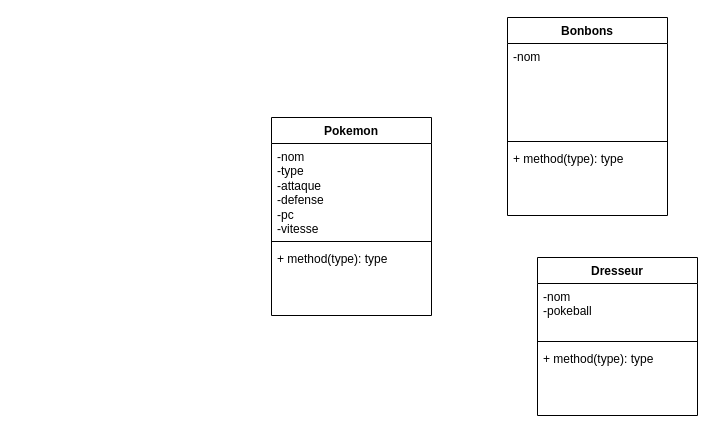
The draw.io diagram TP2_Pokemon.drawio in NicolasRbls/Diagramme, before the edit. Source tidied: cells renumbered, new cells numbered last; positions are measured from the earlier drawing's top-left corner, leaving out a move shared by most shapes. Both pictures are drawn from the tidied source at 100%, with x=0, y=0 at pixel (271, 17).
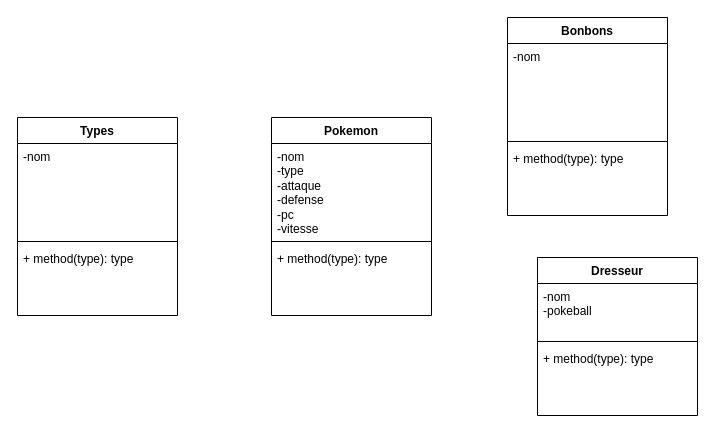
The same diagram, later.

Commit message (it also covers changes not shown here):
Mettre à jour TP2_Pokemon.drawio

What changed in the source:
```diff
@@
 <mxGraphModel>
   <root>
     <mxCell id="0" />
     <mxCell id="1" parent="0" />
     <mxCell id="2" value="Pokemon" style="swimlane;fontStyle=1;align=center;verticalAlign=top;horizontal=1;startSize=26;whiteSpace=wrap;html=1;" parent="1" vertex="1">
       <mxGeometry y="100" width="160" height="198" as="geometry" />
     </mxCell>
     <mxCell id="3" value="-nom&lt;br&gt;-type&lt;br&gt;-attaque&lt;br&gt;-defense&lt;br&gt;-pc&lt;br&gt;-vitesse" style="text;strokeColor=none;fillColor=none;align=left;verticalAlign=top;spacingLeft=4;spacingRight=4;overflow=hidden;whiteSpace=wrap;html=1;" parent="2" vertex="1">
       <mxGeometry y="26" width="160" height="94" as="geometry" />
     </mxCell>
     <mxCell id="4" style="line;strokeWidth=1;fillColor=none;align=left;verticalAlign=middle;spacingTop=-1;spacingLeft=3;spacingRight=3;labelPosition=right;strokeColor=inherit;" parent="2" vertex="1">
       <mxGeometry y="120" width="160" height="8" as="geometry" />
     </mxCell>
     <mxCell id="5" value="+ method(type): type" style="text;strokeColor=none;fillColor=none;align=left;verticalAlign=top;spacingLeft=4;spacingRight=4;overflow=hidden;whiteSpace=wrap;html=1;" parent="2" vertex="1">
       <mxGeometry y="128" width="160" height="70" as="geometry" />
     </mxCell>
     <mxCell id="6" value="Dresseur" style="swimlane;fontStyle=1;align=center;verticalAlign=top;horizontal=1;startSize=26;whiteSpace=wrap;html=1;" parent="1" vertex="1">
       <mxGeometry x="266" y="240" width="160" height="158" as="geometry" />
     </mxCell>
     <mxCell id="7" value="-nom&lt;br&gt;-pokeball" style="text;strokeColor=none;fillColor=none;align=left;verticalAlign=top;spacingLeft=4;spacingRight=4;overflow=hidden;whiteSpace=wrap;html=1;" parent="6" vertex="1">
       <mxGeometry y="26" width="160" height="54" as="geometry" />
     </mxCell>
     <mxCell id="8" style="line;strokeWidth=1;fillColor=none;align=left;verticalAlign=middle;spacingTop=-1;spacingLeft=3;spacingRight=3;labelPosition=right;strokeColor=inherit;" parent="6" vertex="1">
       <mxGeometry y="80" width="160" height="8" as="geometry" />
     </mxCell>
     <mxCell id="9" value="+ method(type): type" style="text;strokeColor=none;fillColor=none;align=left;verticalAlign=top;spacingLeft=4;spacingRight=4;overflow=hidden;whiteSpace=wrap;html=1;" parent="6" vertex="1">
       <mxGeometry y="88" width="160" height="70" as="geometry" />
     </mxCell>
     <mxCell id="10" value="Bonbons" style="swimlane;fontStyle=1;align=center;verticalAlign=top;horizontal=1;startSize=26;whiteSpace=wrap;html=1;" parent="1" vertex="1">
       <mxGeometry x="236" width="160" height="198" as="geometry" />
     </mxCell>
     <mxCell id="11" value="-nom&lt;br&gt;" style="text;strokeColor=none;fillColor=none;align=left;verticalAlign=top;spacingLeft=4;spacingRight=4;overflow=hidden;whiteSpace=wrap;html=1;" parent="10" vertex="1">
       <mxGeometry y="26" width="160" height="94" as="geometry" />
     </mxCell>
     <mxCell id="12" style="line;strokeWidth=1;fillColor=none;align=left;verticalAlign=middle;spacingTop=-1;spacingLeft=3;spacingRight=3;labelPosition=right;strokeColor=inherit;" parent="10" vertex="1">
       <mxGeometry y="120" width="160" height="8" as="geometry" />
     </mxCell>
     <mxCell id="13" value="+ method(type): type" style="text;strokeColor=none;fillColor=none;align=left;verticalAlign=top;spacingLeft=4;spacingRight=4;overflow=hidden;whiteSpace=wrap;html=1;" parent="10" vertex="1">
       <mxGeometry y="128" width="160" height="70" as="geometry" />
     </mxCell>
+    <mxCell id="14" value="Types" style="swimlane;fontStyle=1;align=center;verticalAlign=top;horizontal=1;startSize=26;whiteSpace=wrap;html=1;" parent="1" vertex="1">
+      <mxGeometry x="-254" y="100" width="160" height="198" as="geometry" />
+    </mxCell>
+    <mxCell id="15" value="-nom&lt;br&gt;" style="text;strokeColor=none;fillColor=none;align=left;verticalAlign=top;spacingLeft=4;spacingRight=4;overflow=hidden;whiteSpace=wrap;html=1;" parent="14" vertex="1">
+      <mxGeometry y="26" width="160" height="94" as="geometry" />
+    </mxCell>
+    <mxCell id="16" style="line;strokeWidth=1;fillColor=none;align=left;verticalAlign=middle;spacingTop=-1;spacingLeft=3;spacingRight=3;labelPosition=right;strokeColor=inherit;" parent="14" vertex="1">
+      <mxGeometry y="120" width="160" height="8" as="geometry" />
+    </mxCell>
+    <mxCell id="17" value="+ method(type): type" style="text;strokeColor=none;fillColor=none;align=left;verticalAlign=top;spacingLeft=4;spacingRight=4;overflow=hidden;whiteSpace=wrap;html=1;" parent="14" vertex="1">
+      <mxGeometry y="128" width="160" height="70" as="geometry" />
+    </mxCell>
   </root>
 </mxGraphModel>
```
